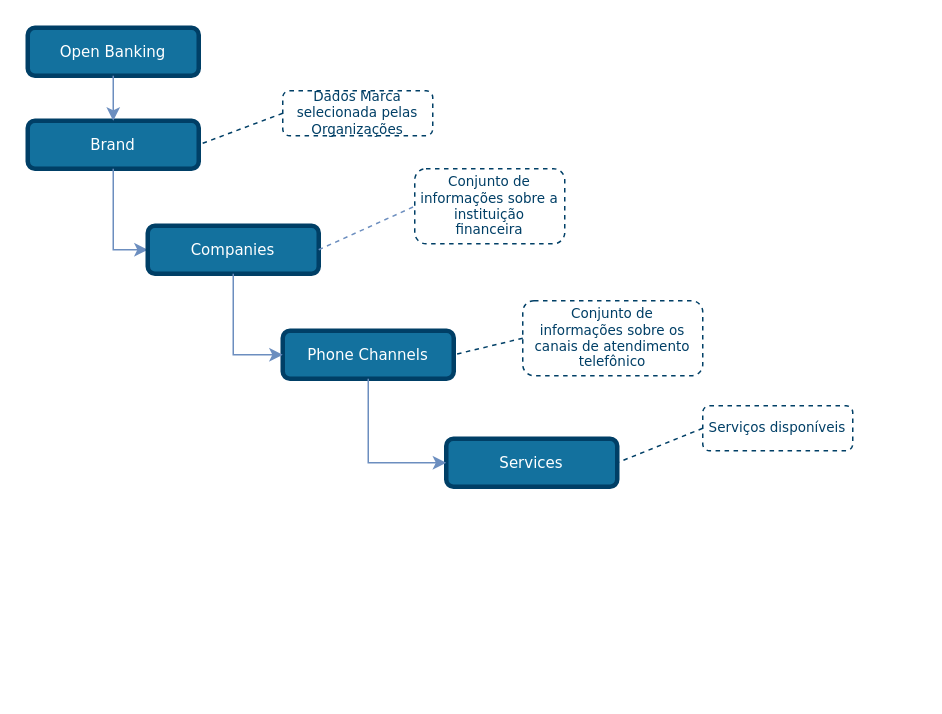
The draw.io diagram draw_io_diagrams/TLD_PhoneChannels_v1.drawio in OpenBanking-Brasil/areadesenvolvedor, before the edit. Source tidied: cells renumbered, new cells numbered last; positions are measured from the earlier drawing's top-left corner, leaving out a move shared by most shapes. Both pictures are drawn from the tidied source at 150%, with x=0, y=0 at pixel (27, 27).
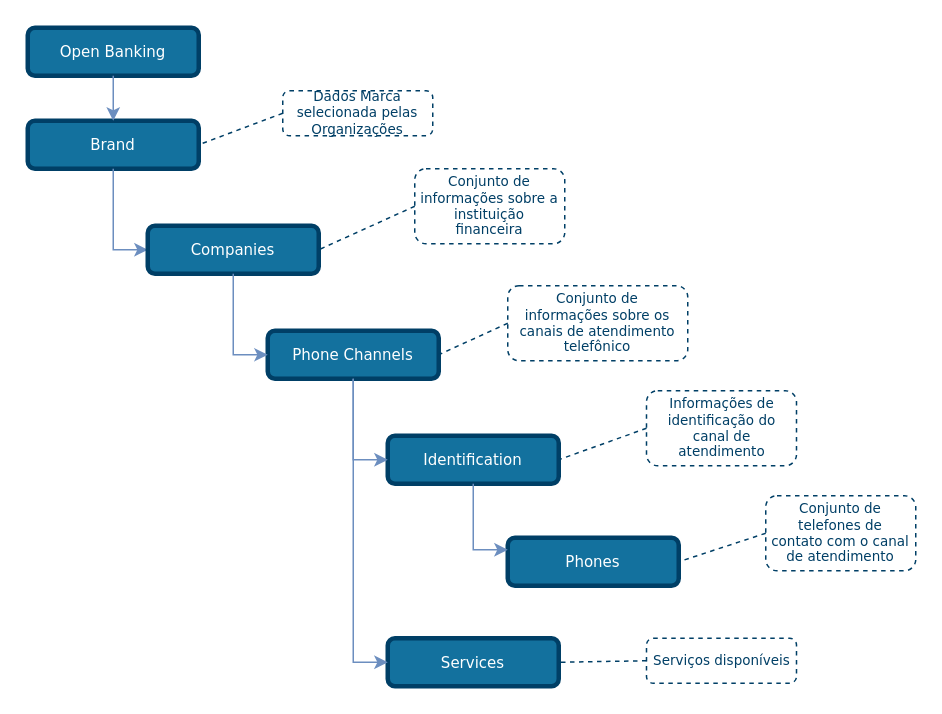
Above is the later version.

Commit message (it also covers changes not shown here):
FEBRABANSD-173 - Update PhoneChannels diagram

Unchanged cells that the change refers to:
```xml
<mxCell id="15" value="Companies" style="rounded=1;whiteSpace=wrap;html=1;comic=0;shadow=0;backgroundOutline=0;snapToPoint=0;fixDash=0;strokeWidth=3;fontFamily=Verdana;fontStyle=0;labelBackgroundColor=none;labelBorderColor=none;fontSize=10;fillColor=#13719E;strokeColor=#003F66;fontColor=#ffffff;" parent="1" vertex="1">
  <mxGeometry x="80" y="132" width="114" height="32" as="geometry" />
</mxCell>
<mxCell id="18" value="&lt;font style=&quot;font-size: 9px&quot;&gt;Conjunto de informações sobre a instituição financeira&lt;/font&gt;" style="rounded=1;whiteSpace=wrap;html=1;shadow=0;comic=0;strokeColor=#003F66;strokeWidth=1;fillColor=#ffffff;gradientColor=#ffffff;fontFamily=Verdana;fontSize=9;fontColor=#003F66;dashed=1;spacingLeft=5;spacing=0;spacingRight=5;spacingBottom=5;spacingTop=5;align=center;verticalAlign=middle;" parent="1" vertex="1">
  <mxGeometry x="258" y="94" width="100" height="50" as="geometry" />
</mxCell>
```

What changed in the source:
```diff
@@
     <mxCell id="3" value="Phone Channels" style="rounded=1;whiteSpace=wrap;html=1;comic=0;shadow=0;backgroundOutline=0;snapToPoint=0;fixDash=0;strokeWidth=3;fontFamily=Verdana;fontStyle=0;labelBackgroundColor=none;labelBorderColor=none;fontSize=10;fillColor=#13719E;strokeColor=#003F66;fontColor=#ffffff;" parent="1" vertex="1">
-      <mxGeometry x="170" y="202" width="114" height="32" as="geometry" />
+      <mxGeometry x="160" y="202" width="114" height="32" as="geometry" />
     </mxCell>
     <mxCell id="4" value="Services" style="rounded=1;whiteSpace=wrap;html=1;comic=0;shadow=0;backgroundOutline=0;snapToPoint=0;fixDash=0;strokeWidth=3;fontFamily=Verdana;fontStyle=0;labelBackgroundColor=none;labelBorderColor=none;fontSize=10;fillColor=#13719E;strokeColor=#003F66;fontColor=#ffffff;" parent="1" vertex="1">
-      <mxGeometry x="279" y="274" width="114" height="32" as="geometry" />
+      <mxGeometry x="240" y="407" width="114" height="32" as="geometry" />
     </mxCell>
     <mxCell id="5" value="&lt;font style=&quot;font-size: 9px&quot;&gt;Conjunto de informações sobre os canais de atendimento telefônico&lt;/font&gt;" style="rounded=1;whiteSpace=wrap;html=1;shadow=0;comic=0;strokeColor=#003F66;strokeWidth=1;fillColor=#ffffff;gradientColor=#ffffff;fontFamily=Verdana;fontSize=9;fontColor=#003F66;dashed=1;spacingLeft=5;spacing=0;spacingRight=5;spacingBottom=5;spacingTop=5;align=center;verticalAlign=middle;" parent="1" vertex="1">
-      <mxGeometry x="330" y="182" width="120" height="50" as="geometry" />
+      <mxGeometry x="320" y="172" width="120" height="50" as="geometry" />
     </mxCell>
@@
     <mxCell id="7" value="&lt;font style=&quot;font-size: 9px&quot;&gt;Serviços disponíveis&lt;/font&gt;" style="rounded=1;whiteSpace=wrap;html=1;shadow=0;comic=0;strokeColor=#003F66;strokeWidth=1;fillColor=#ffffff;gradientColor=#ffffff;fontFamily=Verdana;fontSize=9;fontColor=#003F66;dashed=1;spacingLeft=5;spacing=0;spacingRight=5;spacingBottom=5;spacingTop=5;align=center;verticalAlign=middle;" parent="1" vertex="1">
-      <mxGeometry x="450" y="252" width="100" height="30" as="geometry" />
+      <mxGeometry x="412.5" y="407" width="100" height="30" as="geometry" />
     </mxCell>
@@
-    <mxCell id="17" style="edgeStyle=none;rounded=1;jettySize=auto;html=1;exitX=1;exitY=0.5;exitDx=0;exitDy=0;entryX=0;entryY=0.5;entryDx=0;entryDy=0;dashed=1;endArrow=none;endFill=0;endSize=6;strokeColor=#6C8EBF;" parent="1" edge="1" source="15" target="18">
-      <mxGeometry relative="1" as="geometry" />
-    </mxCell>
@@
+    <mxCell id="19" value="Identification" style="rounded=1;whiteSpace=wrap;html=1;comic=0;shadow=0;backgroundOutline=0;snapToPoint=0;fixDash=0;strokeWidth=3;fontFamily=Verdana;fontStyle=0;labelBackgroundColor=none;labelBorderColor=none;fontSize=10;fillColor=#13719E;strokeColor=#003F66;fontColor=#ffffff;" parent="1" vertex="1">
+      <mxGeometry x="240" y="272" width="114" height="32" as="geometry" />
+    </mxCell>
+    <mxCell id="20" value="Informações de identificação do canal de atendimento" style="rounded=1;whiteSpace=wrap;html=1;shadow=0;comic=0;strokeColor=#003F66;strokeWidth=1;fillColor=#ffffff;gradientColor=#ffffff;fontFamily=Verdana;fontSize=9;fontColor=#003F66;dashed=1;spacingLeft=5;spacing=0;spacingRight=5;spacingBottom=5;spacingTop=5;align=center;verticalAlign=middle;" parent="1" vertex="1">
+      <mxGeometry x="412.5" y="242" width="100" height="50" as="geometry" />
+    </mxCell>
+    <mxCell id="21" style="endArrow=none;dashed=1;html=1;shadow=0;strokeColor=#003F66;fontFamily=Verdana;fontSize=9;fontColor=#003F66;entryX=1;entryY=0.5;entryDx=0;entryDy=0;exitX=0;exitY=0.5;exitDx=0;exitDy=0;" parent="1" edge="1" source="20" target="19">
+      <mxGeometry relative="1" as="geometry" />
+    </mxCell>
+    <mxCell id="22" style="edgeStyle=orthogonalEdgeStyle;rounded=0;jettySize=auto;html=1;exitX=0.5;exitY=1;exitDx=0;exitDy=0;entryX=0;entryY=0.5;entryDx=0;entryDy=0;strokeColor=#6C8EBF;endArrow=classic;endFill=1;" parent="1" edge="1" source="3" target="19">
+      <mxGeometry relative="1" as="geometry" />
+    </mxCell>
+    <mxCell id="23" value="Phones" style="rounded=1;whiteSpace=wrap;html=1;comic=0;shadow=0;backgroundOutline=0;snapToPoint=0;fixDash=0;strokeWidth=3;fontFamily=Verdana;fontStyle=0;labelBackgroundColor=none;labelBorderColor=none;fontSize=10;fillColor=#13719E;strokeColor=#003F66;fontColor=#ffffff;" parent="1" vertex="1">
+      <mxGeometry x="320" y="340" width="114" height="32" as="geometry" />
+    </mxCell>
+    <mxCell id="24" value="Conjunto de telefones de contato com o canal de atendimento" style="rounded=1;whiteSpace=wrap;html=1;shadow=0;comic=0;strokeColor=#003F66;strokeWidth=1;fillColor=#ffffff;gradientColor=#ffffff;fontFamily=Verdana;fontSize=9;fontColor=#003F66;dashed=1;spacingLeft=5;spacing=0;spacingRight=5;spacingBottom=5;spacingTop=5;align=center;verticalAlign=middle;" parent="1" vertex="1">
+      <mxGeometry x="492" y="312" width="100" height="50" as="geometry" />
+    </mxCell>
+    <mxCell id="25" style="endArrow=none;dashed=1;html=1;shadow=0;strokeColor=#003F66;fontFamily=Verdana;fontSize=9;fontColor=#003F66;entryX=1;entryY=0.5;entryDx=0;entryDy=0;exitX=0;exitY=0.5;exitDx=0;exitDy=0;" parent="1" edge="1" source="24" target="23">
+      <mxGeometry relative="1" as="geometry" />
+    </mxCell>
+    <mxCell id="26" style="edgeStyle=orthogonalEdgeStyle;rounded=0;jettySize=auto;html=1;exitX=0.5;exitY=1;exitDx=0;exitDy=0;entryX=0;entryY=0.25;entryDx=0;entryDy=0;strokeColor=#6C8EBF;endArrow=classic;endFill=1;" parent="1" edge="1" source="19" target="23">
+      <mxGeometry relative="1" as="geometry" />
+    </mxCell>
+    <mxCell id="27" style="endArrow=none;dashed=1;html=1;shadow=0;strokeColor=#003F66;fontFamily=Verdana;fontSize=9;fontColor=#003F66;exitX=0;exitY=0.5;exitDx=0;exitDy=0;entryX=1;entryY=0.5;entryDx=0;entryDy=0;" parent="1" edge="1" source="18" target="15">
+      <mxGeometry relative="1" as="geometry" />
+    </mxCell>
```
